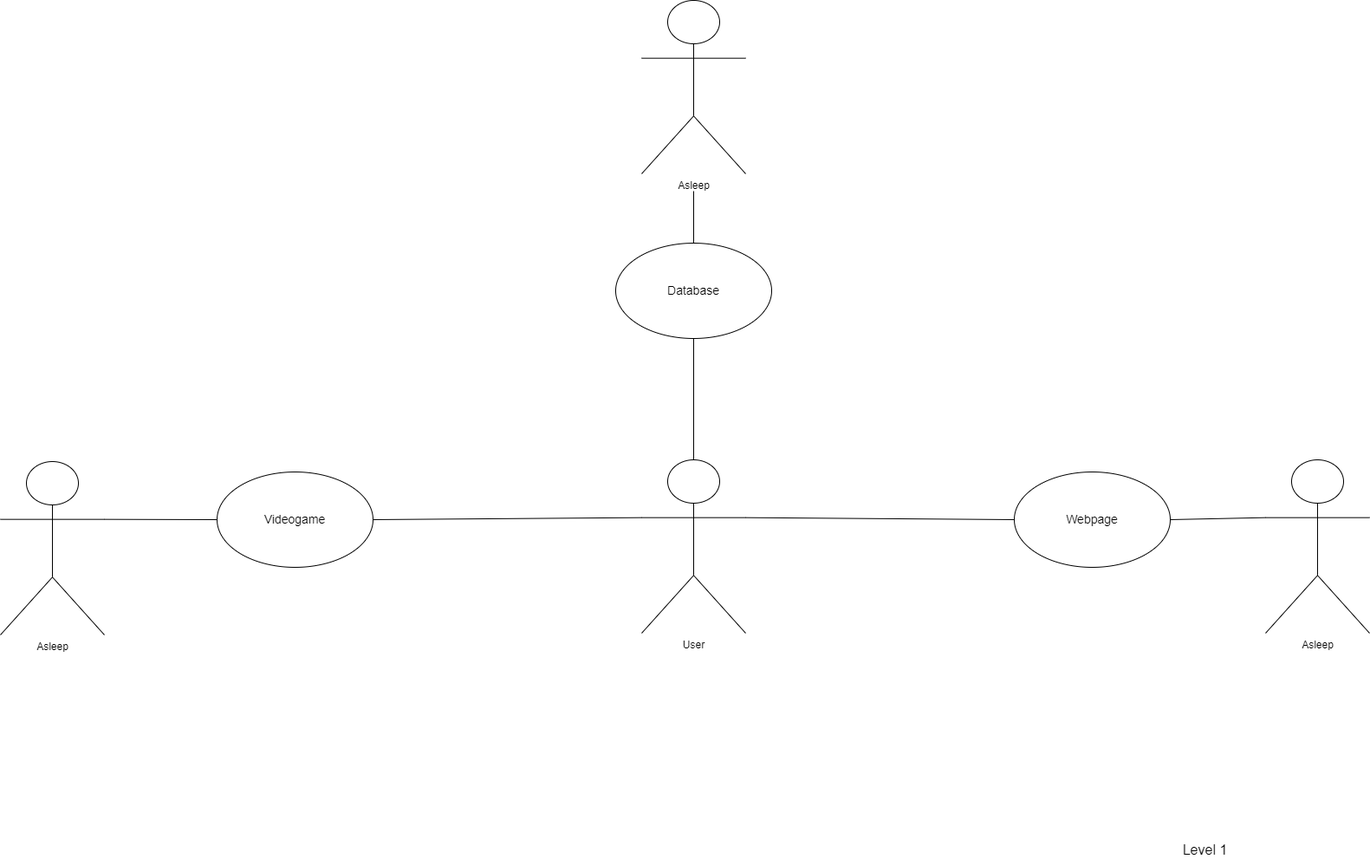
The draw.io diagram diagramas/CasosUso.drawio.png in sebasgonvitec/TC2005B_Equipo3, before a commit. Source tidied: cells renumbered, new cells last; positions are measured from the earlier drawing's top-left corner, leaving out a move shared by most shapes.
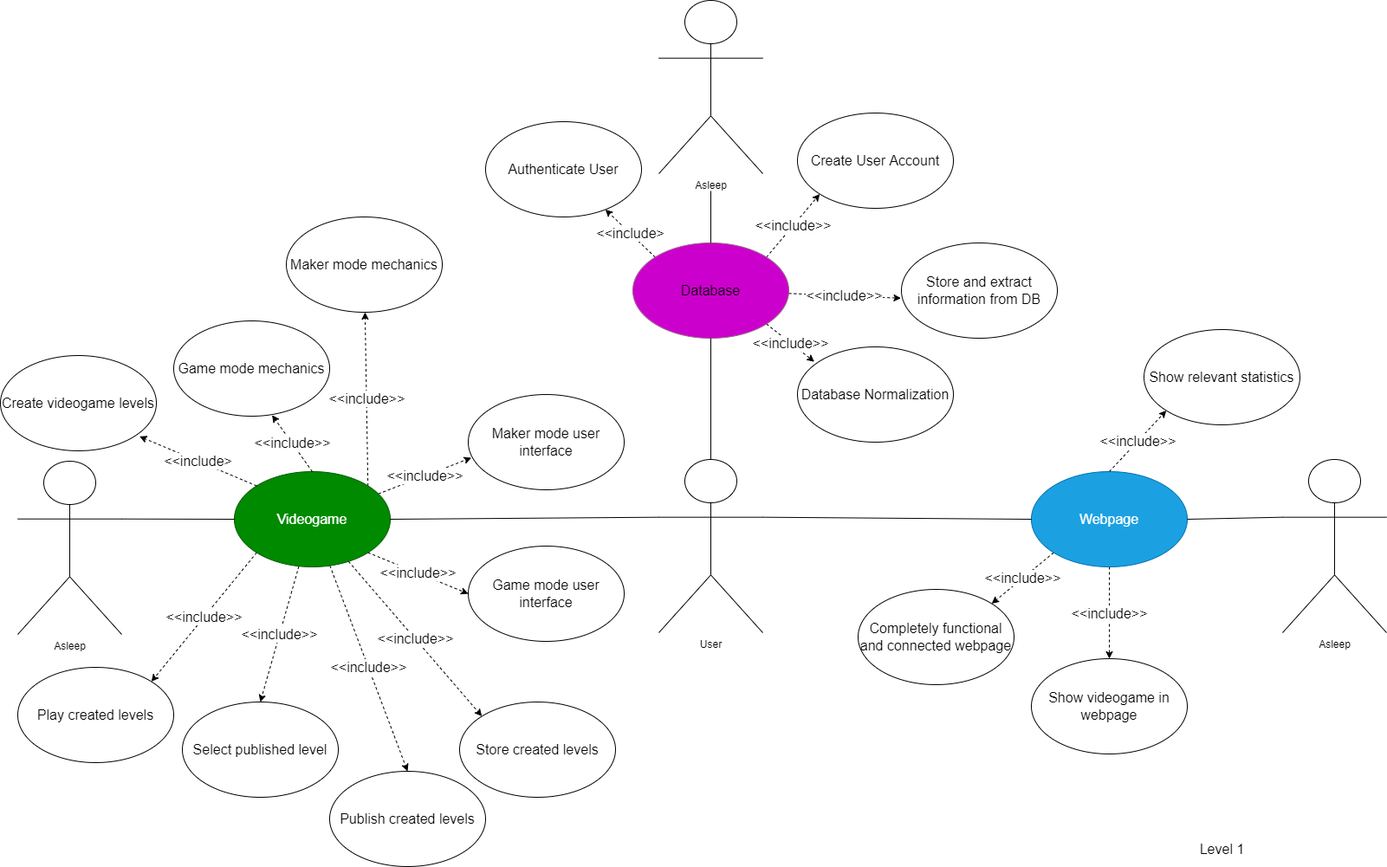
Later version of the same file.

Commit message:
Casos de Uso listo

Diff of the diagram source:
```diff
@@ -8,13 +8,55 @@
     <mxCell id="3" value="Asleep&lt;br&gt;" style="shape=umlActor;html=1;verticalLabelPosition=bottom;verticalAlign=top;align=center;" parent="1" vertex="1">
       <mxGeometry y="532" width="120" height="200" as="geometry" />
     </mxCell>
+    <mxCell id="16" value="&amp;lt;&amp;lt;include&amp;gt;" style="edgeStyle=none;html=1;exitX=0;exitY=0;exitDx=0;exitDy=0;dashed=1;fontSize=16;" parent="1" edge="1" source="4" target="41">
+      <mxGeometry relative="1" as="geometry" />
+    </mxCell>
+    <mxCell id="17" value="&amp;lt;&amp;lt;include&amp;gt;&amp;gt;" style="edgeStyle=none;html=1;exitX=1;exitY=0;exitDx=0;exitDy=0;entryX=0;entryY=1;entryDx=0;entryDy=0;dashed=1;fontSize=16;" parent="1" edge="1" source="4" target="42">
+      <mxGeometry relative="1" as="geometry" />
+    </mxCell>
+    <mxCell id="18" value="&amp;lt;&amp;lt;include&amp;gt;&amp;gt;" style="edgeStyle=none;html=1;entryX=-0.003;entryY=0.58;entryDx=0;entryDy=0;entryPerimeter=0;dashed=1;fontSize=16;" parent="1" edge="1" source="4" target="43">
+      <mxGeometry relative="1" as="geometry" />
+    </mxCell>
+    <mxCell id="19" value="&amp;lt;&amp;lt;include&amp;gt;&amp;gt;" style="edgeStyle=none;html=1;exitX=1;exitY=1;exitDx=0;exitDy=0;entryX=0.108;entryY=0.156;entryDx=0;entryDy=0;entryPerimeter=0;dashed=1;fontSize=16;" parent="1" edge="1" source="4" target="44">
+      <mxGeometry relative="1" as="geometry" />
+    </mxCell>
-    <mxCell id="4" value="&lt;font style=&quot;font-size: 14px&quot;&gt;Database&lt;br&gt;&lt;/font&gt;" style="ellipse;whiteSpace=wrap;html=1;" parent="1" vertex="1">
+    <mxCell id="4" value="&lt;font&gt;&lt;font style=&quot;font-size: 16px&quot;&gt;Database&lt;/font&gt;&lt;br&gt;&lt;/font&gt;" style="ellipse;whiteSpace=wrap;html=1;fillColor=#CC00CC;gradientColor=#CC00CC;strokeColor=#996185;" parent="1" vertex="1">
       <mxGeometry x="710" y="280" width="180" height="110" as="geometry" />
     </mxCell>
+    <mxCell id="20" value="&amp;lt;&amp;lt;include&amp;gt;&amp;gt;" style="edgeStyle=none;html=1;exitX=0;exitY=1;exitDx=0;exitDy=0;entryX=1;entryY=0;entryDx=0;entryDy=0;dashed=1;fontSize=16;" parent="1" edge="1" source="5" target="45">
+      <mxGeometry relative="1" as="geometry" />
+    </mxCell>
+    <mxCell id="21" value="&amp;lt;&amp;lt;include&amp;gt;&amp;gt;" style="edgeStyle=none;html=1;entryX=0.5;entryY=0;entryDx=0;entryDy=0;dashed=1;fontSize=16;" parent="1" edge="1" source="5" target="46">
+      <mxGeometry relative="1" as="geometry" />
+    </mxCell>
+    <mxCell id="22" value="&amp;lt;&amp;lt;include&amp;gt;&amp;gt;" style="edgeStyle=none;html=1;exitX=0.5;exitY=0;exitDx=0;exitDy=0;entryX=0;entryY=1;entryDx=0;entryDy=0;dashed=1;fontSize=16;" parent="1" edge="1" source="5" target="47">
+      <mxGeometry relative="1" as="geometry" />
+    </mxCell>
-    <mxCell id="5" value="&lt;font style=&quot;font-size: 14px&quot;&gt;Webpage&lt;/font&gt;" style="ellipse;whiteSpace=wrap;html=1;" parent="1" vertex="1">
+    <mxCell id="5" value="&lt;font style=&quot;font-size: 16px&quot;&gt;Webpage&lt;/font&gt;" style="ellipse;whiteSpace=wrap;html=1;fillColor=#1ba1e2;strokeColor=#006EAF;fontColor=#ffffff;" parent="1" vertex="1">
       <mxGeometry x="1170" y="544" width="180" height="110" as="geometry" />
     </mxCell>
+    <mxCell id="23" value="&amp;lt;&amp;lt;include&amp;gt;&amp;gt;" style="edgeStyle=none;html=1;exitX=1;exitY=0;exitDx=0;exitDy=0;dashed=1;fontSize=16;" parent="1" edge="1" source="6" target="31">
+      <mxGeometry relative="1" as="geometry" />
+    </mxCell>
+    <mxCell id="24" value="&amp;lt;&amp;lt;include&amp;gt;&amp;gt;" style="edgeStyle=none;html=1;entryX=0.02;entryY=0.664;entryDx=0;entryDy=0;entryPerimeter=0;dashed=1;fontSize=16;" parent="1" edge="1" source="6" target="33">
+      <mxGeometry relative="1" as="geometry" />
+    </mxCell>
+    <mxCell id="25" value="&amp;lt;&amp;lt;include&amp;gt;&amp;gt;" style="edgeStyle=none;html=1;exitX=1;exitY=1;exitDx=0;exitDy=0;entryX=0;entryY=0.5;entryDx=0;entryDy=0;dashed=1;fontSize=16;" parent="1" edge="1" source="6" target="34">
+      <mxGeometry relative="1" as="geometry" />
+    </mxCell>
+    <mxCell id="26" value="&amp;lt;&amp;lt;include&amp;gt;&amp;gt;" style="edgeStyle=none;html=1;entryX=0;entryY=0;entryDx=0;entryDy=0;dashed=1;fontSize=16;" parent="1" edge="1" source="6" target="35">
+      <mxGeometry relative="1" as="geometry" />
+    </mxCell>
+    <mxCell id="27" value="&amp;lt;&amp;lt;include&amp;gt;&amp;gt;" style="edgeStyle=none;html=1;entryX=0.5;entryY=0;entryDx=0;entryDy=0;dashed=1;fontSize=16;" parent="1" edge="1" source="6" target="36">
+      <mxGeometry relative="1" as="geometry" />
+    </mxCell>
+    <mxCell id="28" value="&amp;lt;&amp;lt;include&amp;gt;&amp;gt;" style="edgeStyle=none;html=1;entryX=0.5;entryY=0;entryDx=0;entryDy=0;dashed=1;fontSize=16;" parent="1" edge="1" source="6" target="37">
+      <mxGeometry relative="1" as="geometry" />
+    </mxCell>
+    <mxCell id="29" value="&amp;lt;&amp;lt;include&amp;gt;&amp;gt;" style="edgeStyle=none;html=1;exitX=0;exitY=1;exitDx=0;exitDy=0;entryX=1;entryY=0;entryDx=0;entryDy=0;dashed=1;fontSize=16;" parent="1" edge="1" source="6" target="38">
+      <mxGeometry relative="1" as="geometry" />
+    </mxCell>
-    <mxCell id="6" value="&lt;font style=&quot;font-size: 14px&quot;&gt;Videogame&lt;/font&gt;" style="ellipse;whiteSpace=wrap;html=1;" parent="1" vertex="1">
+    <mxCell id="6" value="&lt;font style=&quot;font-size: 16px&quot;&gt;Videogame&lt;/font&gt;" style="ellipse;whiteSpace=wrap;html=1;fillColor=#008a00;fontColor=#ffffff;strokeColor=#005700;" parent="1" vertex="1">
       <mxGeometry x="250" y="544" width="180" height="110" as="geometry" />
     </mxCell>
     <mxCell id="7" value="&lt;font style=&quot;font-size: 16px&quot;&gt;Level 1&lt;br&gt;&lt;/font&gt;" style="text;html=1;align=center;verticalAlign=middle;strokeColor=none;fillColor=none;fontSize=14;" parent="1" vertex="1">
@@ -46,5 +88,59 @@
         <mxPoint x="800" y="220" as="targetPoint" />
       </mxGeometry>
     </mxCell>
+    <mxCell id="30" value="&lt;font style=&quot;font-size: 16px&quot;&gt;Create videogame levels&lt;/font&gt;" style="ellipse;whiteSpace=wrap;html=1;" parent="1" vertex="1">
+      <mxGeometry x="-20" y="410" width="180" height="110" as="geometry" />
+    </mxCell>
+    <mxCell id="31" value="&lt;font style=&quot;font-size: 16px&quot;&gt;Maker mode mechanics&lt;/font&gt;" style="ellipse;whiteSpace=wrap;html=1;" parent="1" vertex="1">
+      <mxGeometry x="310" y="250" width="180" height="110" as="geometry" />
+    </mxCell>
+    <mxCell id="32" value="&lt;font style=&quot;font-size: 16px&quot;&gt;Game mode mechanics&lt;/font&gt;" style="ellipse;whiteSpace=wrap;html=1;" parent="1" vertex="1">
+      <mxGeometry x="180" y="370" width="180" height="110" as="geometry" />
+    </mxCell>
+    <mxCell id="33" value="&lt;span style=&quot;font-size: 16px&quot;&gt;Maker mode user interface&lt;/span&gt;" style="ellipse;whiteSpace=wrap;html=1;" parent="1" vertex="1">
+      <mxGeometry x="520" y="455" width="180" height="110" as="geometry" />
+    </mxCell>
+    <mxCell id="34" value="&lt;span style=&quot;font-size: 16px&quot;&gt;Game mode user interface&lt;/span&gt;" style="ellipse;whiteSpace=wrap;html=1;" parent="1" vertex="1">
+      <mxGeometry x="520" y="630" width="180" height="110" as="geometry" />
+    </mxCell>
+    <mxCell id="35" value="&lt;span style=&quot;font-size: 16px&quot;&gt;Store created levels&lt;/span&gt;" style="ellipse;whiteSpace=wrap;html=1;" parent="1" vertex="1">
+      <mxGeometry x="510" y="810" width="180" height="110" as="geometry" />
+    </mxCell>
+    <mxCell id="36" value="&lt;span style=&quot;font-size: 16px&quot;&gt;Publish created levels&lt;/span&gt;" style="ellipse;whiteSpace=wrap;html=1;" parent="1" vertex="1">
+      <mxGeometry x="360" y="890" width="180" height="110" as="geometry" />
+    </mxCell>
+    <mxCell id="37" value="&lt;span style=&quot;font-size: 16px&quot;&gt;Select published level&lt;/span&gt;" style="ellipse;whiteSpace=wrap;html=1;" parent="1" vertex="1">
+      <mxGeometry x="190" y="810" width="180" height="110" as="geometry" />
+    </mxCell>
+    <mxCell id="38" value="&lt;span style=&quot;font-size: 16px&quot;&gt;Play created levels&lt;/span&gt;" style="ellipse;whiteSpace=wrap;html=1;" parent="1" vertex="1">
+      <mxGeometry y="770" width="180" height="110" as="geometry" />
+    </mxCell>
+    <mxCell id="39" value="&amp;lt;&amp;lt;include&amp;gt;&amp;gt;" style="endArrow=classic;html=1;fontSize=16;dashed=1;entryX=0.631;entryY=0.989;entryDx=0;entryDy=0;exitX=0.5;exitY=0;exitDx=0;exitDy=0;entryPerimeter=0;" parent="1" edge="1" source="6" target="32">
+      <mxGeometry relative="1" as="geometry" />
+    </mxCell>
+    <mxCell id="40" value="&amp;lt;&amp;lt;include&amp;gt;" style="endArrow=classic;html=1;fontSize=16;dashed=1;entryX=0.892;entryY=0.849;entryDx=0;entryDy=0;exitX=0;exitY=0;exitDx=0;exitDy=0;entryPerimeter=0;" parent="1" edge="1" source="6" target="30">
+      <mxGeometry relative="1" as="geometry" />
+    </mxCell>
+    <mxCell id="41" value="&lt;span style=&quot;font-size: 16px&quot;&gt;Authenticate User&lt;/span&gt;" style="ellipse;whiteSpace=wrap;html=1;" parent="1" vertex="1">
+      <mxGeometry x="540" y="140" width="180" height="110" as="geometry" />
+    </mxCell>
+    <mxCell id="42" value="&lt;span style=&quot;font-size: 16px&quot;&gt;Create User Account&lt;/span&gt;" style="ellipse;whiteSpace=wrap;html=1;" parent="1" vertex="1">
+      <mxGeometry x="900" y="130" width="180" height="110" as="geometry" />
+    </mxCell>
+    <mxCell id="43" value="&lt;span style=&quot;font-size: 16px&quot;&gt;Store and extract information from DB&lt;/span&gt;" style="ellipse;whiteSpace=wrap;html=1;" parent="1" vertex="1">
+      <mxGeometry x="1020" y="280" width="180" height="110" as="geometry" />
+    </mxCell>
+    <mxCell id="44" value="&lt;span style=&quot;font-size: 16px&quot;&gt;Database Normalization&lt;/span&gt;" style="ellipse;whiteSpace=wrap;html=1;" parent="1" vertex="1">
+      <mxGeometry x="900" y="400" width="180" height="110" as="geometry" />
+    </mxCell>
+    <mxCell id="45" value="&lt;span style=&quot;font-size: 16px&quot;&gt;Completely functional and connected webpage&lt;/span&gt;" style="ellipse;whiteSpace=wrap;html=1;" parent="1" vertex="1">
+      <mxGeometry x="970" y="680" width="180" height="110" as="geometry" />
+    </mxCell>
+    <mxCell id="46" value="&lt;span style=&quot;font-size: 16px&quot;&gt;Show videogame in webpage&lt;/span&gt;" style="ellipse;whiteSpace=wrap;html=1;" parent="1" vertex="1">
+      <mxGeometry x="1170" y="760" width="180" height="110" as="geometry" />
+    </mxCell>
+    <mxCell id="47" value="&lt;span style=&quot;font-size: 16px&quot;&gt;Show relevant statistics&lt;/span&gt;" style="ellipse;whiteSpace=wrap;html=1;" parent="1" vertex="1">
+      <mxGeometry x="1300" y="380" width="180" height="110" as="geometry" />
+    </mxCell>
   </root>
 </mxGraphModel>
```
